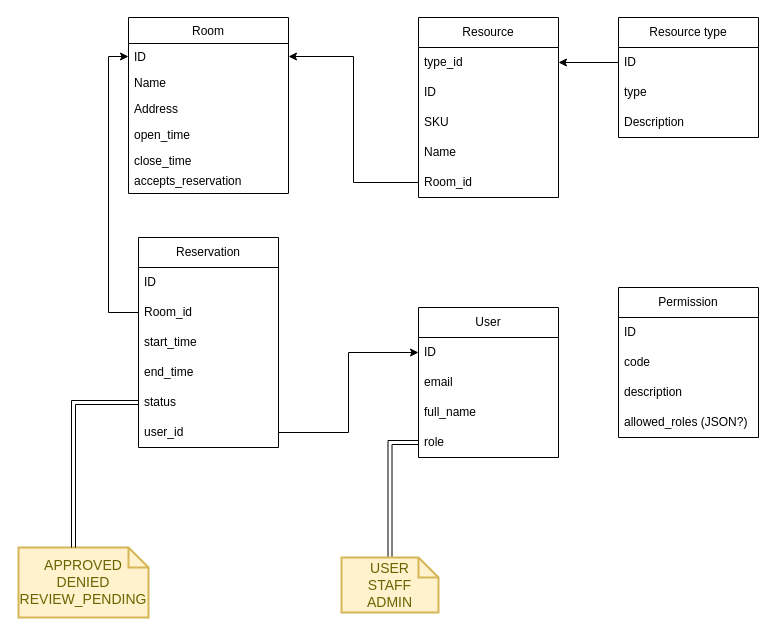
acastror26/cf-micro-campus keeps this draw.io diagram as page "Models" (1 of 2) of docs/room-reservation-service.drawio. Above is the earlier version. Source tidied: cells renumbered, new cells numbered last; positions are measured from the earlier drawing's top-left corner, leaving out a move shared by most shapes. Both pictures are drawn from the tidied source at 100%, with x=0, y=0 at pixel (18, 17).
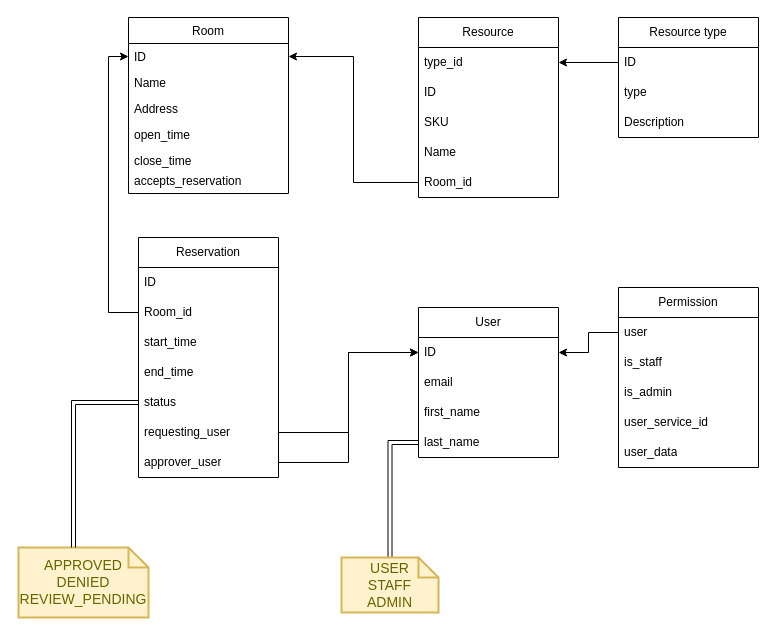
After the change.

Commit message (it also covers changes not shown here):
Added the right files in docs (they were not updated in the last commit)

Unchanged cells that the change refers to:
```xml
<mxCell id="24" value="User" style="swimlane;fontStyle=0;horizontal=1;startSize=30;whiteSpace=wrap;html=1;" parent="1" vertex="1">
  <mxGeometry x="400" y="290" width="140" height="150" as="geometry" />
</mxCell>
<mxCell id="25" value="ID" style="text;strokeColor=none;fillColor=none;align=left;verticalAlign=middle;spacingLeft=4;spacingRight=4;overflow=hidden;points=[[0,0.5],[1,0.5]];portConstraint=eastwest;whiteSpace=wrap;html=1;" parent="24" vertex="1">
  <mxGeometry y="30" width="140" height="30" as="geometry" />
</mxCell>
```

Change to the diagram source:
```diff
@@
     <mxCell id="16" value="Reservation" style="swimlane;fontStyle=0;horizontal=1;startSize=30;whiteSpace=wrap;html=1;" parent="1" vertex="1">
-      <mxGeometry x="120" y="220" width="140" height="210" as="geometry" />
+      <mxGeometry x="120" y="220" width="140" height="240" as="geometry" />
     </mxCell>
@@
-    <mxCell id="22" value="user_id" style="text;strokeColor=none;fillColor=none;align=left;verticalAlign=middle;spacingLeft=4;spacingRight=4;overflow=hidden;points=[[0,0.5],[1,0.5]];portConstraint=eastwest;whiteSpace=wrap;html=1;" parent="16" vertex="1">
+    <mxCell id="22" value="requesting_user" style="text;strokeColor=none;fillColor=none;align=left;verticalAlign=middle;spacingLeft=4;spacingRight=4;overflow=hidden;points=[[0,0.5],[1,0.5]];portConstraint=eastwest;whiteSpace=wrap;html=1;" parent="16" vertex="1">
       <mxGeometry y="180" width="140" height="30" as="geometry" />
     </mxCell>
+    <mxCell id="44" value="approver_user" style="text;strokeColor=none;fillColor=none;align=left;verticalAlign=middle;spacingLeft=4;spacingRight=4;overflow=hidden;points=[[0,0.5],[1,0.5]];portConstraint=eastwest;whiteSpace=wrap;html=1;" parent="16" vertex="1">
+      <mxGeometry y="210" width="140" height="30" as="geometry" />
+    </mxCell>
@@
-    <mxCell id="27" value="full_name" style="text;strokeColor=none;fillColor=none;align=left;verticalAlign=middle;spacingLeft=4;spacingRight=4;overflow=hidden;whiteSpace=wrap;html=1;" parent="24" vertex="1">
+    <mxCell id="27" value="first_name" style="text;strokeColor=none;fillColor=none;align=left;verticalAlign=middle;spacingLeft=4;spacingRight=4;overflow=hidden;whiteSpace=wrap;html=1;" parent="24" vertex="1">
       <mxGeometry y="90" width="140" height="30" as="geometry" />
     </mxCell>
-    <mxCell id="28" value="role" style="text;strokeColor=none;fillColor=none;align=left;verticalAlign=middle;spacingLeft=4;spacingRight=4;overflow=hidden;points=[[0,0.5],[1,0.5]];portConstraint=eastwest;whiteSpace=wrap;html=1;" parent="24" vertex="1">
+    <mxCell id="28" value="last_name" style="text;strokeColor=none;fillColor=none;align=left;verticalAlign=middle;spacingLeft=4;spacingRight=4;overflow=hidden;points=[[0,0.5],[1,0.5]];portConstraint=eastwest;whiteSpace=wrap;html=1;" parent="24" vertex="1">
       <mxGeometry y="120" width="140" height="30" as="geometry" />
     </mxCell>
@@
     <mxCell id="30" value="Permission" style="swimlane;fontStyle=0;horizontal=1;startSize=30;whiteSpace=wrap;html=1;" parent="1" vertex="1">
-      <mxGeometry x="600" y="270" width="140" height="150" as="geometry" />
+      <mxGeometry x="600" y="270" width="140" height="180" as="geometry" />
     </mxCell>
-    <mxCell id="31" value="ID" style="text;strokeColor=none;fillColor=none;align=left;verticalAlign=middle;spacingLeft=4;spacingRight=4;overflow=hidden;points=[[0,0.5],[1,0.5]];portConstraint=eastwest;whiteSpace=wrap;html=1;" parent="30" vertex="1">
+    <mxCell id="31" value="user" style="text;strokeColor=none;fillColor=none;align=left;verticalAlign=middle;spacingLeft=4;spacingRight=4;overflow=hidden;points=[[0,0.5],[1,0.5]];portConstraint=eastwest;whiteSpace=wrap;html=1;" parent="30" vertex="1">
       <mxGeometry y="30" width="140" height="30" as="geometry" />
     </mxCell>
-    <mxCell id="32" value="code" style="text;strokeColor=none;fillColor=none;align=left;verticalAlign=middle;spacingLeft=4;spacingRight=4;overflow=hidden;whiteSpace=wrap;html=1;" parent="30" vertex="1">
+    <mxCell id="32" value="is_staff" style="text;strokeColor=none;fillColor=none;align=left;verticalAlign=middle;spacingLeft=4;spacingRight=4;overflow=hidden;whiteSpace=wrap;html=1;" parent="30" vertex="1">
       <mxGeometry y="60" width="140" height="30" as="geometry" />
     </mxCell>
-    <mxCell id="33" value="description" style="text;strokeColor=none;fillColor=none;align=left;verticalAlign=middle;spacingLeft=4;spacingRight=4;overflow=hidden;whiteSpace=wrap;html=1;" parent="30" vertex="1">
+    <mxCell id="33" value="is_admin" style="text;strokeColor=none;fillColor=none;align=left;verticalAlign=middle;spacingLeft=4;spacingRight=4;overflow=hidden;whiteSpace=wrap;html=1;" parent="30" vertex="1">
       <mxGeometry y="90" width="140" height="30" as="geometry" />
     </mxCell>
-    <mxCell id="34" value="allowed_roles (JSON?)" style="text;strokeColor=none;fillColor=none;align=left;verticalAlign=middle;spacingLeft=4;spacingRight=4;overflow=hidden;whiteSpace=wrap;html=1;" parent="30" vertex="1">
+    <mxCell id="34" value="user_service_id" style="text;strokeColor=none;fillColor=none;align=left;verticalAlign=middle;spacingLeft=4;spacingRight=4;overflow=hidden;whiteSpace=wrap;html=1;" parent="30" vertex="1">
       <mxGeometry y="120" width="140" height="30" as="geometry" />
     </mxCell>
+    <mxCell id="45" value="user_data" style="text;strokeColor=none;fillColor=none;align=left;verticalAlign=middle;spacingLeft=4;spacingRight=4;overflow=hidden;whiteSpace=wrap;html=1;" parent="30" vertex="1">
+      <mxGeometry y="150" width="140" height="30" as="geometry" />
+    </mxCell>
@@
+    <mxCell id="46" style="edgeStyle=orthogonalEdgeStyle;rounded=0;jettySize=auto;html=1;exitX=0;exitY=0.5;exitDx=0;exitDy=0;entryX=1;entryY=0.5;entryDx=0;entryDy=0;" parent="1" edge="1" source="31" target="25">
+      <mxGeometry relative="1" as="geometry" />
+    </mxCell>
+    <mxCell id="47" style="edgeStyle=orthogonalEdgeStyle;rounded=0;jettySize=auto;html=1;exitX=1;exitY=0.5;exitDx=0;exitDy=0;entryX=0;entryY=0.5;entryDx=0;entryDy=0;" parent="1" edge="1" source="44" target="25">
+      <mxGeometry relative="1" as="geometry" />
+    </mxCell>
```
